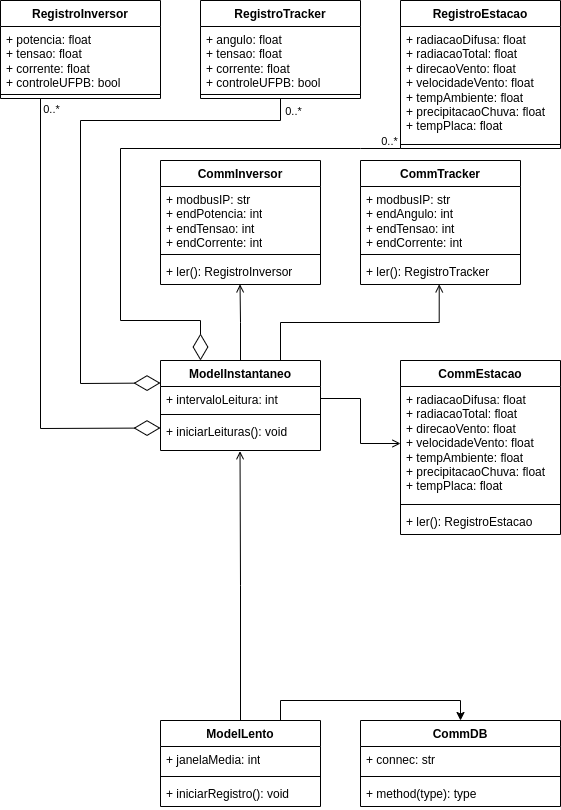
Earlier version of the draw.io export diagrama de classes.drawio.png (jaedson-barbosa/supervisorio-solar-ufpb-docs). Source tidied: cells renumbered, new cells last; positions are measured from the earlier drawing's top-left corner, leaving out a move shared by most shapes.
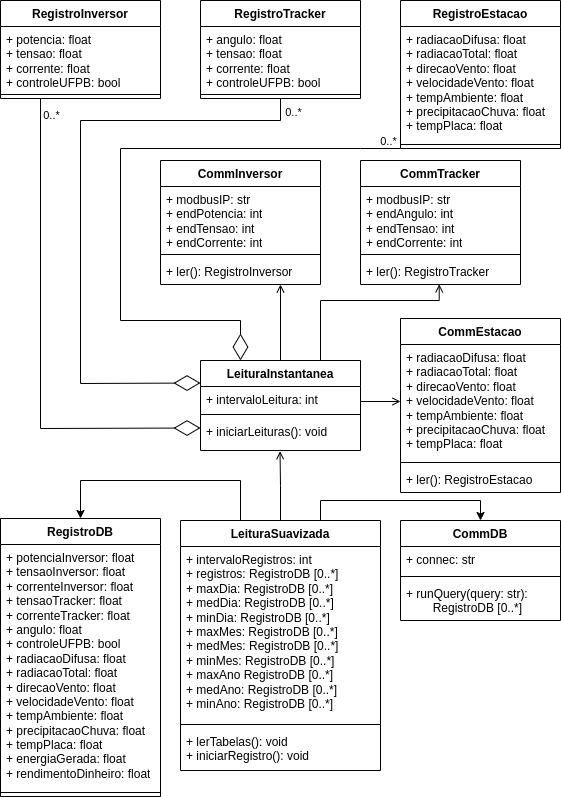
After the commit.

Diff of the diagram source:
```diff
@@ -61,7 +61,7 @@
           <mxPoint x="360" y="148" />
           <mxPoint x="120" y="148" />
           <mxPoint x="120" y="320" />
-          <mxPoint x="200" y="320" />
+          <mxPoint x="240" y="320" />
         </Array>
       </mxGeometry>
     </mxCell>
@@ -95,7 +95,7 @@
       <mxGeometry y="98" width="160" height="26" as="geometry" />
     </mxCell>
     <mxCell id="25" value="CommEstacao" style="swimlane;fontStyle=1;align=center;verticalAlign=top;horizontal=1;startSize=26;whiteSpace=wrap;html=1;" parent="1" vertex="1">
-      <mxGeometry x="400" y="360" width="160" height="174" as="geometry" />
+      <mxGeometry x="400" y="318" width="160" height="174" as="geometry" />
     </mxCell>
     <mxCell id="26" value="+ radiacaoDifusa: float&lt;br style=&quot;border-color: var(--border-color);&quot;&gt;+ radiacaoTotal: float&lt;br style=&quot;border-color: var(--border-color);&quot;&gt;+ direcaoVento: float&lt;br style=&quot;border-color: var(--border-color);&quot;&gt;+ velocidadeVento: float&lt;br style=&quot;border-color: var(--border-color);&quot;&gt;+ tempAmbiente: float&lt;br style=&quot;border-color: var(--border-color);&quot;&gt;+ precipitacaoChuva: float&lt;br style=&quot;border-color: var(--border-color);&quot;&gt;+ tempPlaca: float" style="text;strokeColor=none;fillColor=none;align=left;verticalAlign=top;spacingLeft=4;spacingRight=4;overflow=hidden;points=[[0,0.5],[1,0.5]];portConstraint=eastwest;whiteSpace=wrap;html=1;" parent="25" vertex="1">
       <mxGeometry y="26" width="160" height="114" as="geometry" />
@@ -110,40 +110,59 @@
       <mxGeometry relative="1" as="geometry" />
     </mxCell>
     <mxCell id="30" style="edgeStyle=orthogonalEdgeStyle;rounded=0;jettySize=auto;html=1;exitX=0.75;exitY=0;exitDx=0;exitDy=0;entryX=0.5;entryY=0;entryDx=0;entryDy=0;" parent="1" edge="1" source="31" target="35">
-      <mxGeometry relative="1" as="geometry" />
+      <mxGeometry relative="1" as="geometry">
+        <Array as="points">
+          <mxPoint x="320" y="520" />
+          <mxPoint x="320" y="500" />
+          <mxPoint x="480" y="500" />
+        </Array>
+      </mxGeometry>
     </mxCell>
+    <mxCell id="46" style="edgeStyle=orthogonalEdgeStyle;rounded=0;jettySize=auto;html=1;exitX=0.25;exitY=0;exitDx=0;exitDy=0;entryX=0.5;entryY=0;entryDx=0;entryDy=0;" parent="1" edge="1" source="31" target="47">
+      <mxGeometry relative="1" as="geometry">
+        <Array as="points">
+          <mxPoint x="240" y="480" />
+          <mxPoint x="80" y="480" />
+        </Array>
+      </mxGeometry>
+    </mxCell>
-    <mxCell id="31" value="ModelLento" style="swimlane;fontStyle=1;align=center;verticalAlign=top;horizontal=1;startSize=26;whiteSpace=wrap;html=1;" parent="1" vertex="1">
-      <mxGeometry x="160" y="720" width="160" height="86" as="geometry" />
+    <mxCell id="31" value="LeituraSuavizada" style="swimlane;fontStyle=1;align=center;verticalAlign=top;horizontal=1;startSize=26;whiteSpace=wrap;html=1;" parent="1" vertex="1">
+      <mxGeometry x="180" y="520" width="200" height="250" as="geometry" />
     </mxCell>
-    <mxCell id="32" value="+ janelaMedia: int" style="text;strokeColor=none;fillColor=none;align=left;verticalAlign=top;spacingLeft=4;spacingRight=4;overflow=hidden;whiteSpace=wrap;html=1;" parent="31" vertex="1">
-      <mxGeometry y="26" width="160" height="26" as="geometry" />
+    <mxCell id="32" value="+ intervaloRegistros: int&lt;br&gt;+ registros: RegistroDB [0..*]&lt;br&gt;+ maxDia:&amp;nbsp;RegistroDB [0..*]&lt;br&gt;+ medDia:&amp;nbsp;RegistroDB [0..*]&lt;br&gt;+ minDia:&amp;nbsp;RegistroDB [0..*]&lt;br&gt;+ maxMes: RegistroDB [0..*]&lt;br&gt;+ medMes: RegistroDB [0..*]&lt;br&gt;+ minMes:&amp;nbsp;RegistroDB [0..*]&lt;br&gt;+ maxAno&amp;nbsp;RegistroDB [0..*]&lt;br&gt;+ medAno:&amp;nbsp;RegistroDB [0..*]&lt;br&gt;+ minAno:&amp;nbsp;RegistroDB [0..*]" style="text;strokeColor=none;fillColor=none;align=left;verticalAlign=top;spacingLeft=4;spacingRight=4;overflow=hidden;whiteSpace=wrap;html=1;" parent="31" vertex="1">
+      <mxGeometry y="26" width="200" height="174" as="geometry" />
     </mxCell>
     <mxCell id="33" style="line;strokeWidth=1;fillColor=none;align=left;verticalAlign=middle;spacingTop=-1;spacingLeft=3;spacingRight=3;labelPosition=right;strokeColor=inherit;" parent="31" vertex="1">
-      <mxGeometry y="52" width="160" height="8" as="geometry" />
+      <mxGeometry y="200" width="200" height="8" as="geometry" />
     </mxCell>
-    <mxCell id="34" value="+ iniciarRegistro(): void" style="text;strokeColor=none;fillColor=none;align=left;verticalAlign=top;spacingLeft=4;spacingRight=4;overflow=hidden;whiteSpace=wrap;html=1;" parent="31" vertex="1">
-      <mxGeometry y="60" width="160" height="26" as="geometry" />
+    <mxCell id="34" value="+ lerTabelas(): void&lt;br&gt;+ iniciarRegistro(): void" style="text;strokeColor=none;fillColor=none;align=left;verticalAlign=top;spacingLeft=4;spacingRight=4;overflow=hidden;whiteSpace=wrap;html=1;" parent="31" vertex="1">
+      <mxGeometry y="208" width="200" height="42" as="geometry" />
     </mxCell>
     <mxCell id="35" value="CommDB" style="swimlane;fontStyle=1;align=center;verticalAlign=top;horizontal=1;startSize=26;whiteSpace=wrap;html=1;" parent="1" vertex="1">
-      <mxGeometry x="360" y="720" width="200" height="86" as="geometry" />
+      <mxGeometry x="400" y="520" width="160" height="100" as="geometry" />
     </mxCell>
     <mxCell id="36" value="+ connec: str" style="text;strokeColor=none;fillColor=none;align=left;verticalAlign=top;spacingLeft=4;spacingRight=4;overflow=hidden;whiteSpace=wrap;html=1;" parent="35" vertex="1">
-      <mxGeometry y="26" width="200" height="26" as="geometry" />
+      <mxGeometry y="26" width="160" height="26" as="geometry" />
     </mxCell>
     <mxCell id="37" style="line;strokeWidth=1;fillColor=none;align=left;verticalAlign=middle;spacingTop=-1;spacingLeft=3;spacingRight=3;labelPosition=right;strokeColor=inherit;" parent="35" vertex="1">
-      <mxGeometry y="52" width="200" height="8" as="geometry" />
+      <mxGeometry y="52" width="160" height="8" as="geometry" />
     </mxCell>
-    <mxCell id="38" value="+ method(type): type" style="text;strokeColor=none;fillColor=none;align=left;verticalAlign=top;spacingLeft=4;spacingRight=4;overflow=hidden;whiteSpace=wrap;html=1;" parent="35" vertex="1">
-      <mxGeometry y="60" width="200" height="26" as="geometry" />
+    <mxCell id="38" value="+ runQuery(query: str): &lt;span style=&quot;white-space: pre;&quot;&gt;&#9;&lt;/span&gt;RegistroDB [0..*]" style="text;strokeColor=none;fillColor=none;align=left;verticalAlign=top;spacingLeft=4;spacingRight=4;overflow=hidden;whiteSpace=wrap;html=1;" parent="35" vertex="1">
+      <mxGeometry y="60" width="160" height="40" as="geometry" />
     </mxCell>
     <mxCell id="39" style="edgeStyle=orthogonalEdgeStyle;rounded=0;jettySize=auto;html=1;exitX=0.75;exitY=0;exitDx=0;exitDy=0;entryX=0.492;entryY=0.994;entryDx=0;entryDy=0;entryPerimeter=0;endArrow=open;endFill=0;" parent="1" edge="1" source="41" target="24">
-      <mxGeometry relative="1" as="geometry" />
+      <mxGeometry relative="1" as="geometry">
+        <Array as="points">
+          <mxPoint x="320" y="300" />
+          <mxPoint x="439" y="300" />
+        </Array>
+      </mxGeometry>
     </mxCell>
-    <mxCell id="40" style="edgeStyle=orthogonalEdgeStyle;rounded=0;jettySize=auto;html=1;exitX=0.5;exitY=0;exitDx=0;exitDy=0;entryX=0.497;entryY=0.994;entryDx=0;entryDy=0;entryPerimeter=0;endArrow=open;endFill=0;" parent="1" edge="1" source="41" target="20">
+    <mxCell id="40" style="edgeStyle=orthogonalEdgeStyle;rounded=0;jettySize=auto;html=1;exitX=0.5;exitY=0;exitDx=0;exitDy=0;entryX=0.75;entryY=1;entryDx=0;entryDy=0;endArrow=open;endFill=0;" parent="1" edge="1" source="41" target="17">
       <mxGeometry relative="1" as="geometry" />
     </mxCell>
-    <mxCell id="41" value="ModelInstantaneo" style="swimlane;fontStyle=1;align=center;verticalAlign=top;horizontal=1;startSize=26;whiteSpace=wrap;html=1;" parent="1" vertex="1">
-      <mxGeometry x="160" y="360" width="160" height="90" as="geometry" />
+    <mxCell id="41" value="LeituraInstantanea" style="swimlane;fontStyle=1;align=center;verticalAlign=top;horizontal=1;startSize=26;whiteSpace=wrap;html=1;" parent="1" vertex="1">
+      <mxGeometry x="200" y="360" width="160" height="90" as="geometry" />
     </mxCell>
     <mxCell id="42" value="+ intervaloLeitura: int" style="text;strokeColor=none;fillColor=none;align=left;verticalAlign=top;spacingLeft=4;spacingRight=4;overflow=hidden;points=[[0,0.5],[1,0.5]];portConstraint=eastwest;whiteSpace=wrap;html=1;" parent="41" vertex="1">
       <mxGeometry y="26" width="160" height="24" as="geometry" />
@@ -154,8 +173,17 @@
     <mxCell id="44" value="+ iniciarLeituras(): void" style="text;strokeColor=none;fillColor=none;align=left;verticalAlign=top;spacingLeft=4;spacingRight=4;overflow=hidden;points=[[0,0.5],[1,0.5]];portConstraint=eastwest;whiteSpace=wrap;html=1;" parent="41" vertex="1">
       <mxGeometry y="58" width="160" height="32" as="geometry" />
     </mxCell>
-    <mxCell id="45" style="edgeStyle=orthogonalEdgeStyle;rounded=0;jettySize=auto;html=1;exitX=1;exitY=0.5;exitDx=0;exitDy=0;entryX=0;entryY=0.5;entryDx=0;entryDy=0;endArrow=open;endFill=0;" parent="1" edge="1" source="42" target="26">
+    <mxCell id="45" style="edgeStyle=orthogonalEdgeStyle;rounded=0;jettySize=auto;html=1;exitX=1;exitY=0.625;exitDx=0;exitDy=0;entryX=0;entryY=0.5;entryDx=0;entryDy=0;endArrow=open;endFill=0;exitPerimeter=0;" parent="1" edge="1" source="42" target="26">
       <mxGeometry relative="1" as="geometry" />
     </mxCell>
+    <mxCell id="47" value="RegistroDB" style="swimlane;fontStyle=1;align=center;verticalAlign=top;horizontal=1;startSize=26;whiteSpace=wrap;html=1;" parent="1" vertex="1">
+      <mxGeometry y="518" width="160" height="278" as="geometry" />
+    </mxCell>
+    <mxCell id="48" value="+ potenciaInversor: float&lt;br&gt;+ tensaoInversor: float&lt;br&gt;+ correnteInversor: float&lt;br&gt;+ tensaoTracker: float&lt;br&gt;+ correnteTracker: float&lt;br&gt;+ angulo: float&lt;br&gt;+ controleUFPB: bool&lt;br&gt;+ radiacaoDifusa: float&lt;br style=&quot;border-color: var(--border-color);&quot;&gt;+ radiacaoTotal: float&lt;br style=&quot;border-color: var(--border-color);&quot;&gt;+ direcaoVento: float&lt;br style=&quot;border-color: var(--border-color);&quot;&gt;+ velocidadeVento: float&lt;br style=&quot;border-color: var(--border-color);&quot;&gt;+ tempAmbiente: float&lt;br style=&quot;border-color: var(--border-color);&quot;&gt;+ precipitacaoChuva: float&lt;br style=&quot;border-color: var(--border-color);&quot;&gt;+ tempPlaca: float&lt;br&gt;+ energiaGerada: float&lt;br&gt;+ rendimentoDinheiro: float" style="text;strokeColor=none;fillColor=none;align=left;verticalAlign=top;spacingLeft=4;spacingRight=4;overflow=hidden;whiteSpace=wrap;html=1;" parent="47" vertex="1">
+      <mxGeometry y="26" width="160" height="244" as="geometry" />
+    </mxCell>
+    <mxCell id="49" style="line;strokeWidth=1;fillColor=none;align=left;verticalAlign=middle;spacingTop=-1;spacingLeft=3;spacingRight=3;labelPosition=right;strokeColor=inherit;" parent="47" vertex="1">
+      <mxGeometry y="270" width="160" height="8" as="geometry" />
+    </mxCell>
   </root>
 </mxGraphModel>
```
